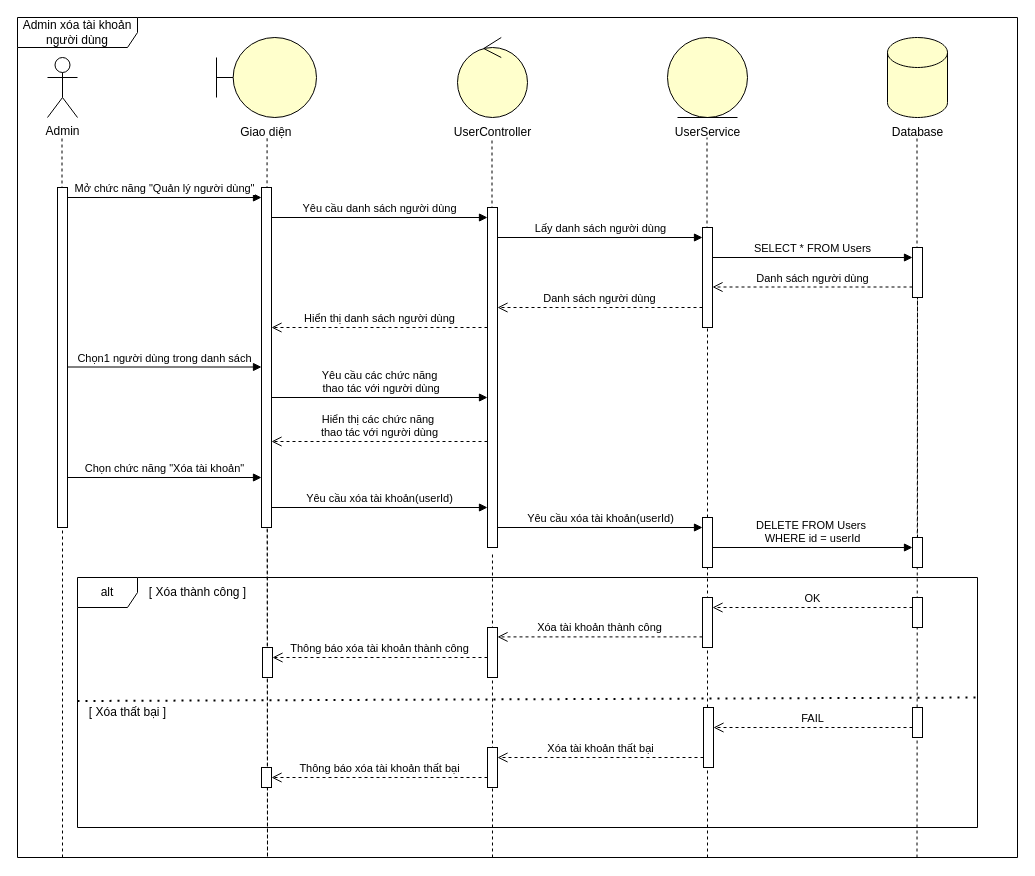
cuongceg/BTL-IT3120 keeps this draw.io diagram as Sequence diagram/User Management/admin_delete_account.drawio. Above is the earlier version. Source tidied: cells renumbered, new cells numbered last; positions are measured from the earlier drawing's top-left corner, leaving out a move shared by most shapes. Both pictures are drawn from the tidied source at 100%, with x=0, y=0 at pixel (17, 17).
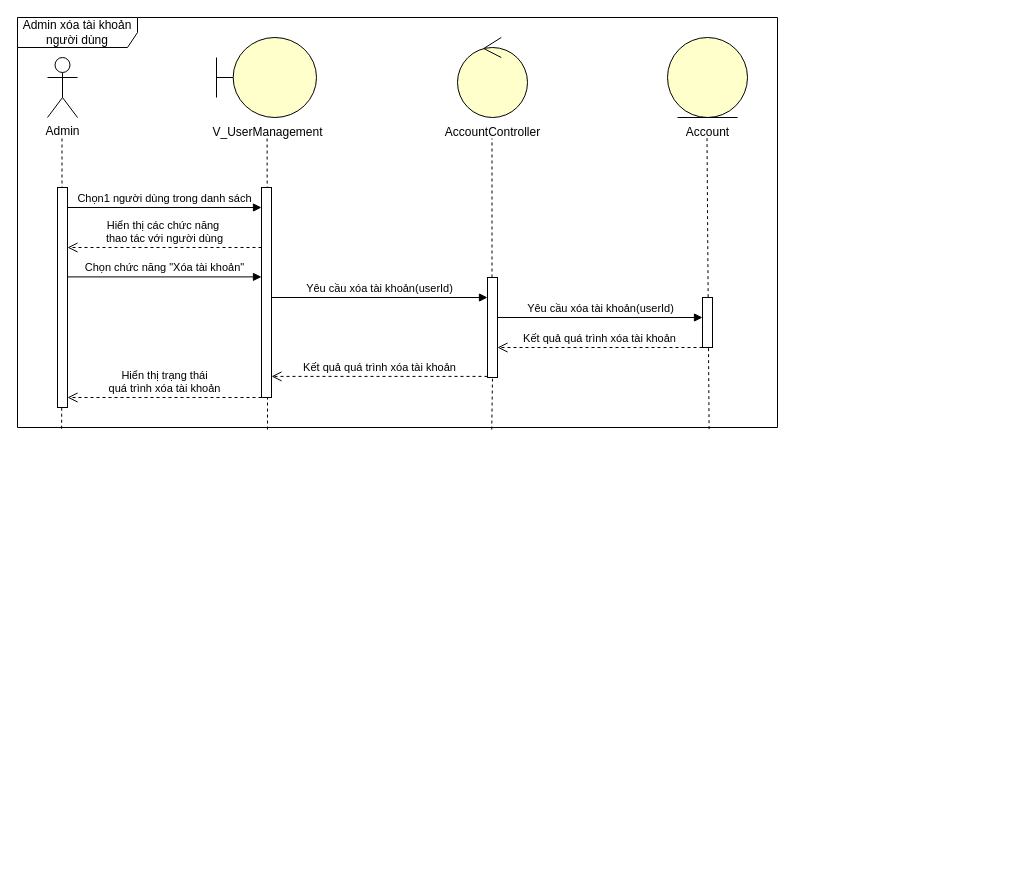
The same page after the edit.

Commit message:
Cập nhật admin_delete_account.drawio

The edit, as a diff of the source:
```diff
@@
-    <mxCell id="5" style="endArrow=none;dashed=1;html=1;rounded=0;" parent="1" edge="1">
+    <mxCell id="5" style="endArrow=none;dashed=1;html=1;rounded=0;exitX=0.329;exitY=1.005;exitDx=0;exitDy=0;exitPerimeter=0;" parent="1" edge="1" source="62">
       <mxGeometry relative="1" as="geometry">
-        <mxPoint x="249.5" y="189.8" as="sourcePoint" />
         <mxPoint x="249.6" y="120" as="targetPoint" />
       </mxGeometry>
     </mxCell>
@@
-    <mxCell id="7" style="endArrow=none;dashed=1;html=1;rounded=0;entryX=0.497;entryY=1.013;entryDx=0;entryDy=0;entryPerimeter=0;" parent="1" edge="1">
+    <mxCell id="7" style="endArrow=none;dashed=1;html=1;rounded=0;entryX=0.497;entryY=1.013;entryDx=0;entryDy=0;entryPerimeter=0;" parent="1" edge="1" source="18">
       <mxGeometry relative="1" as="geometry">
-        <mxPoint x="474.5" y="210" as="sourcePoint" />
         <mxPoint x="474.5" y="121" as="targetPoint" />
       </mxGeometry>
     </mxCell>
@@
-    <mxCell id="9" style="shape=cylinder3;whiteSpace=wrap;html=1;boundedLbl=1;backgroundOutline=1;size=15;fillColor=light-dark(#FFFFCC,#FFFFCC);" parent="1" vertex="1">
-      <mxGeometry x="870" y="20" width="60" height="80" as="geometry" />
-    </mxCell>
-    <mxCell id="10" style="endArrow=none;dashed=1;html=1;rounded=0;entryX=0.5;entryY=1;entryDx=0;entryDy=0;" parent="1" edge="1">
+    <mxCell id="10" style="endArrow=none;dashed=1;html=1;rounded=0;entryX=0.5;entryY=1;entryDx=0;entryDy=0;exitX=0.91;exitY=1.004;exitDx=0;exitDy=0;exitPerimeter=0;" parent="1" edge="1" source="62">
       <mxGeometry relative="1" as="geometry">
-        <mxPoint x="689.5" y="230" as="sourcePoint" />
         <mxPoint x="689.5" y="120" as="targetPoint" />
       </mxGeometry>
     </mxCell>
-    <mxCell id="11" style="endArrow=none;dashed=1;html=1;rounded=0;entryX=0.5;entryY=1;entryDx=0;entryDy=0;entryPerimeter=0;" parent="1" edge="1">
-      <mxGeometry relative="1" as="geometry">
-        <mxPoint x="899.5" y="250" as="sourcePoint" />
-        <mxPoint x="899.5" y="120" as="targetPoint" />
-      </mxGeometry>
-    </mxCell>
-    <mxCell id="12" style="endArrow=none;dashed=1;html=1;rounded=0;entryX=0.5;entryY=0.5;entryDx=0;entryDy=0;entryPerimeter=0;" parent="1" edge="1" target="13">
-      <mxGeometry relative="1" as="geometry">
-        <mxPoint x="45" y="840" as="sourcePoint" />
-      </mxGeometry>
+    <mxCell id="12" style="endArrow=none;dashed=1;html=1;rounded=0;entryX=0.5;entryY=0.5;entryDx=0;entryDy=0;entryPerimeter=0;exitX=0.058;exitY=1.003;exitDx=0;exitDy=0;exitPerimeter=0;" parent="1" edge="1" source="62" target="13">
+      <mxGeometry relative="1" as="geometry" />
     </mxCell>
     <mxCell id="13" style="html=1;points=[[0,0,0,0,5],[0,1,0,0,-5],[1,0,0,0,5],[1,1,0,0,-5]];perimeter=orthogonalPerimeter;outlineConnect=0;targetShapes=umlLifeline;portConstraint=eastwest;newEdgeStyle={&quot;curved&quot;:0,&quot;rounded&quot;:0};" parent="1" vertex="1">
-      <mxGeometry x="40" y="170" width="10" height="340" as="geometry" />
+      <mxGeometry x="40" y="170" width="10" height="220" as="geometry" />
     </mxCell>
-    <mxCell id="14" style="endArrow=none;dashed=1;html=1;rounded=0;entryX=0.572;entryY=1.003;entryDx=0;entryDy=0;entryPerimeter=0;" parent="1" edge="1" target="15">
-      <mxGeometry relative="1" as="geometry">
-        <mxPoint x="249.7" y="350" as="sourcePoint" />
-        <Array as="points">
-          <mxPoint x="250" y="840" />
-        </Array>
-      </mxGeometry>
-    </mxCell>
     <mxCell id="15" style="html=1;points=[[0,0,0,0,5],[0,1,0,0,-5],[1,0,0,0,5],[1,1,0,0,-5]];perimeter=orthogonalPerimeter;outlineConnect=0;targetShapes=umlLifeline;portConstraint=eastwest;newEdgeStyle={&quot;curved&quot;:0,&quot;rounded&quot;:0};" parent="1" vertex="1">
-      <mxGeometry x="244" y="170" width="10" height="340" as="geometry" />
+      <mxGeometry x="244" y="170" width="10" height="210" as="geometry" />
     </mxCell>
-    <mxCell id="16" value="Mở chức năng &quot;Quản lý người dùng&quot;" style="html=1;verticalAlign=bottom;endArrow=block;curved=0;rounded=0;" parent="1" edge="1" target="15">
-      <mxGeometry relative="1" as="geometry">
-        <mxPoint x="50" y="180" as="sourcePoint" />
-      </mxGeometry>
-    </mxCell>
-    <mxCell id="17" style="endArrow=none;dashed=1;html=1;rounded=0;entryX=0.497;entryY=1.013;entryDx=0;entryDy=0;entryPerimeter=0;" parent="1" edge="1" target="18">
-      <mxGeometry relative="1" as="geometry">
-        <mxPoint x="475" y="840" as="sourcePoint" />
-      </mxGeometry>
+    <mxCell id="17" style="endArrow=none;dashed=1;html=1;rounded=0;entryX=0.497;entryY=1.013;entryDx=0;entryDy=0;entryPerimeter=0;exitX=0.624;exitY=1.005;exitDx=0;exitDy=0;exitPerimeter=0;" parent="1" edge="1" source="62" target="18">
+      <mxGeometry relative="1" as="geometry" />
     </mxCell>
     <mxCell id="18" style="html=1;points=[[0,0,0,0,5],[0,1,0,0,-5],[1,0,0,0,5],[1,1,0,0,-5]];perimeter=orthogonalPerimeter;outlineConnect=0;targetShapes=umlLifeline;portConstraint=eastwest;newEdgeStyle={&quot;curved&quot;:0,&quot;rounded&quot;:0};" parent="1" vertex="1">
-      <mxGeometry x="470" y="190" width="10" height="340" as="geometry" />
+      <mxGeometry x="470" y="260" width="10" height="100" as="geometry" />
     </mxCell>
-    <mxCell id="19" value="Yêu cầu danh sách người dùng" style="html=1;verticalAlign=bottom;endArrow=block;curved=0;rounded=0;" parent="1" edge="1" target="18">
-      <mxGeometry relative="1" as="geometry">
-        <mxPoint x="254" y="200" as="sourcePoint" />
-      </mxGeometry>
-    </mxCell>
-    <mxCell id="20" style="endArrow=none;dashed=1;html=1;rounded=0;entryX=0.5;entryY=1;entryDx=0;entryDy=0;" parent="1" edge="1" source="36" target="21">
-      <mxGeometry relative="1" as="geometry" />
-    </mxCell>
-    <mxCell id="21" style="html=1;points=[[0,0,0,0,5],[0,1,0,0,-5],[1,0,0,0,5],[1,1,0,0,-5]];perimeter=orthogonalPerimeter;outlineConnect=0;targetShapes=umlLifeline;portConstraint=eastwest;newEdgeStyle={&quot;curved&quot;:0,&quot;rounded&quot;:0};" parent="1" vertex="1">
-      <mxGeometry x="685" y="210" width="10" height="100" as="geometry" />
-    </mxCell>
-    <mxCell id="22" value="Lấy danh sách người dùng" style="html=1;verticalAlign=bottom;endArrow=block;curved=0;rounded=0;" parent="1" edge="1" target="21">
-      <mxGeometry relative="1" as="geometry">
-        <mxPoint x="480" y="220" as="sourcePoint" />
-      </mxGeometry>
-    </mxCell>
-    <mxCell id="23" style="endArrow=none;dashed=1;html=1;rounded=0;entryX=0.5;entryY=1;entryDx=0;entryDy=0;entryPerimeter=0;" parent="1" edge="1" source="38" target="24">
-      <mxGeometry relative="1" as="geometry" />
-    </mxCell>
-    <mxCell id="24" style="html=1;points=[[0,0,0,0,5],[0,1,0,0,-5],[1,0,0,0,5],[1,1,0,0,-5]];perimeter=orthogonalPerimeter;outlineConnect=0;targetShapes=umlLifeline;portConstraint=eastwest;newEdgeStyle={&quot;curved&quot;:0,&quot;rounded&quot;:0};" parent="1" vertex="1">
-      <mxGeometry x="895" y="230" width="10" height="50" as="geometry" />
-    </mxCell>
-    <mxCell id="25" value="SELECT * FROM Users" style="html=1;verticalAlign=bottom;endArrow=block;curved=0;rounded=0;" parent="1" edge="1" target="24">
-      <mxGeometry relative="1" as="geometry">
-        <mxPoint x="695" y="240" as="sourcePoint" />
-      </mxGeometry>
-    </mxCell>
-    <mxCell id="26" value="Danh sách người dùng" style="html=1;verticalAlign=bottom;endArrow=open;dashed=1;endSize=8;curved=0;rounded=0;" parent="1" edge="1" target="21">
-      <mxGeometry relative="1" as="geometry">
-        <mxPoint x="895" y="269.5" as="sourcePoint" />
-      </mxGeometry>
-    </mxCell>
-    <mxCell id="27" value="Danh sách người dùng" style="html=1;verticalAlign=bottom;endArrow=open;dashed=1;endSize=8;curved=0;rounded=0;" parent="1" edge="1" target="18">
-      <mxGeometry relative="1" as="geometry">
-        <mxPoint x="685" y="290" as="sourcePoint" />
-      </mxGeometry>
-    </mxCell>
-    <mxCell id="28" value="Hiển thị danh sách người dùng" style="html=1;verticalAlign=bottom;endArrow=open;dashed=1;endSize=8;curved=0;rounded=0;" parent="1" edge="1" target="15">
-      <mxGeometry relative="1" as="geometry">
-        <mxPoint x="470" y="310" as="sourcePoint" />
-      </mxGeometry>
-    </mxCell>
     <mxCell id="29" value="Chọn1 người dùng trong danh sách" style="html=1;verticalAlign=bottom;endArrow=block;curved=0;rounded=0;" parent="1" edge="1">
       <mxGeometry relative="1" as="geometry">
-        <mxPoint x="50" y="349.5" as="sourcePoint" />
-        <mxPoint x="244" y="349.5" as="targetPoint" />
+        <mxPoint x="50" y="190" as="sourcePoint" />
+        <mxPoint x="244" y="190" as="targetPoint" />
       </mxGeometry>
     </mxCell>
-    <mxCell id="30" value="Yêu cầu các chức năng&lt;div&gt;&amp;nbsp;thao tác với người dùng&lt;/div&gt;" style="html=1;verticalAlign=bottom;endArrow=block;curved=0;rounded=0;" parent="1" edge="1" target="18">
-      <mxGeometry relative="1" as="geometry">
-        <mxPoint x="254" y="380" as="sourcePoint" />
-      </mxGeometry>
-    </mxCell>
     <mxCell id="31" value="Hiển thị các chức năng&amp;nbsp;&lt;div&gt;thao tác với người dùng&lt;/div&gt;" style="html=1;verticalAlign=bottom;endArrow=open;dashed=1;endSize=8;curved=0;rounded=0;" parent="1" edge="1">
       <mxGeometry relative="1" as="geometry">
-        <mxPoint x="470" y="424" as="sourcePoint" />
-        <mxPoint x="254" y="424" as="targetPoint" />
+        <mxPoint x="244" y="230" as="sourcePoint" />
+        <mxPoint x="50" y="230" as="targetPoint" />
       </mxGeometry>
     </mxCell>
-    <mxCell id="32" value="Chọn chức năng &quot;Xóa tài khoản&quot;" style="html=1;verticalAlign=bottom;endArrow=block;curved=0;rounded=0;" parent="1" edge="1" target="15">
+    <mxCell id="32" value="Chọn chức năng &quot;Xóa tài khoản&quot;" style="html=1;verticalAlign=bottom;endArrow=block;curved=0;rounded=0;" parent="1" edge="1">
       <mxGeometry relative="1" as="geometry">
-        <mxPoint x="50" y="460" as="sourcePoint" />
+        <mxPoint x="50" y="259.4" as="sourcePoint" />
+        <mxPoint x="244" y="259.4" as="targetPoint" />
       </mxGeometry>
     </mxCell>
-    <mxCell id="33" value="Yêu cầu xóa tài khoản(userId)" style="html=1;verticalAlign=bottom;endArrow=block;curved=0;rounded=0;" parent="1" edge="1" target="18">
+    <mxCell id="33" value="Yêu cầu xóa tài khoản(userId)" style="html=1;verticalAlign=bottom;endArrow=block;curved=0;rounded=0;" parent="1" edge="1">
       <mxGeometry relative="1" as="geometry">
-        <mxPoint x="254" y="490" as="sourcePoint" />
+        <mxPoint x="254" y="280" as="sourcePoint" />
+        <mxPoint x="470" y="280" as="targetPoint" />
       </mxGeometry>
     </mxCell>
-    <mxCell id="34" value="Yêu cầu xóa tài khoản(userId)" style="html=1;verticalAlign=bottom;endArrow=block;curved=0;rounded=0;" parent="1" edge="1" target="36">
+    <mxCell id="34" value="Yêu cầu xóa tài khoản(userId)" style="html=1;verticalAlign=bottom;endArrow=block;curved=0;rounded=0;" parent="1" edge="1">
       <mxGeometry relative="1" as="geometry">
-        <mxPoint x="480" y="510" as="sourcePoint" />
+        <mxPoint x="480" y="300" as="sourcePoint" />
+        <mxPoint x="685" y="300" as="targetPoint" />
       </mxGeometry>
     </mxCell>
-    <mxCell id="35" style="endArrow=none;dashed=1;html=1;rounded=0;entryX=0.5;entryY=1;entryDx=0;entryDy=0;" parent="1" edge="1" target="36">
-      <mxGeometry relative="1" as="geometry">
-        <mxPoint x="690" y="840" as="sourcePoint" />
-      </mxGeometry>
-    </mxCell>
-    <mxCell id="36" style="html=1;points=[[0,0,0,0,5],[0,1,0,0,-5],[1,0,0,0,5],[1,1,0,0,-5]];perimeter=orthogonalPerimeter;outlineConnect=0;targetShapes=umlLifeline;portConstraint=eastwest;newEdgeStyle={&quot;curved&quot;:0,&quot;rounded&quot;:0};" parent="1" vertex="1">
-      <mxGeometry x="685" y="500" width="10" height="50" as="geometry" />
-    </mxCell>
-    <mxCell id="37" style="endArrow=none;dashed=1;html=1;rounded=0;" parent="1" edge="1">
-      <mxGeometry relative="1" as="geometry">
-        <mxPoint x="899.5" y="840" as="sourcePoint" />
-        <mxPoint x="900" y="280" as="targetPoint" />
-      </mxGeometry>
-    </mxCell>
-    <mxCell id="38" style="html=1;points=[[0,0,0,0,5],[0,1,0,0,-5],[1,0,0,0,5],[1,1,0,0,-5]];perimeter=orthogonalPerimeter;outlineConnect=0;targetShapes=umlLifeline;portConstraint=eastwest;newEdgeStyle={&quot;curved&quot;:0,&quot;rounded&quot;:0};" parent="1" vertex="1">
-      <mxGeometry x="895" y="520" width="10" height="30" as="geometry" />
-    </mxCell>
-    <mxCell id="39" value="DELETE FROM Users&amp;nbsp;&lt;br&gt;WHERE id = userId" style="html=1;verticalAlign=bottom;endArrow=block;curved=0;rounded=0;" parent="1" edge="1" target="38">
-      <mxGeometry relative="1" as="geometry">
-        <mxPoint x="695" y="530" as="sourcePoint" />
-      </mxGeometry>
-    </mxCell>
-    <mxCell id="40" value="alt" style="shape=umlFrame;whiteSpace=wrap;html=1;" parent="1" vertex="1">
-      <mxGeometry x="60" y="560" width="900" height="250" as="geometry" />
-    </mxCell>
-    <mxCell id="41" value="[ Xóa thành công ]" style="text;html=1;align=center;verticalAlign=middle;strokeColor=none;fillColor=none;" parent="1" vertex="1">
-      <mxGeometry x="120" y="560" width="120" height="30" as="geometry" />
-    </mxCell>
-    <mxCell id="42" value="OK" style="html=1;verticalAlign=bottom;endArrow=open;dashed=1;endSize=8;curved=0;rounded=0;" parent="1" edge="1" target="44">
-      <mxGeometry relative="1" as="geometry">
-        <mxPoint x="895" y="590" as="sourcePoint" />
-      </mxGeometry>
-    </mxCell>
-    <mxCell id="43" style="html=1;perimeter=orthogonalPerimeter;targetShapes=umlLifeline;newEdgeStyle={&quot;curved&quot;:0,&quot;rounded&quot;:0};" parent="1" vertex="1">
-      <mxGeometry x="895" y="580" width="10" height="30" as="geometry" />
-    </mxCell>
-    <mxCell id="44" style="html=1;points=[[0,0,0,0,5],[0,1,0,0,-5],[1,0,0,0,5],[1,1,0,0,-5]];perimeter=orthogonalPerimeter;outlineConnect=0;targetShapes=umlLifeline;portConstraint=eastwest;newEdgeStyle={&quot;curved&quot;:0,&quot;rounded&quot;:0};" parent="1" vertex="1">
-      <mxGeometry x="685" y="580" width="10" height="50" as="geometry" />
-    </mxCell>
-    <mxCell id="45" style="html=1;points=[[0,0,0,0,5],[0,1,0,0,-5],[1,0,0,0,5],[1,1,0,0,-5]];perimeter=orthogonalPerimeter;outlineConnect=0;targetShapes=umlLifeline;portConstraint=eastwest;newEdgeStyle={&quot;curved&quot;:0,&quot;rounded&quot;:0};" parent="1" vertex="1">
-      <mxGeometry x="470" y="610" width="10" height="50" as="geometry" />
-    </mxCell>
-    <mxCell id="46" style="html=1;points=[[0,0,0,0,5],[0,1,0,0,-5],[1,0,0,0,5],[1,1,0,0,-5]];perimeter=orthogonalPerimeter;outlineConnect=0;targetShapes=umlLifeline;portConstraint=eastwest;newEdgeStyle={&quot;curved&quot;:0,&quot;rounded&quot;:0};" parent="1" vertex="1">
-      <mxGeometry x="245" y="630" width="10" height="30" as="geometry" />
-    </mxCell>
-    <mxCell id="47" value="Xóa tài khoản thành công" style="html=1;verticalAlign=bottom;endArrow=open;dashed=1;endSize=8;curved=0;rounded=0;" parent="1" edge="1" target="45">
-      <mxGeometry relative="1" as="geometry">
-        <mxPoint x="685" y="619.4" as="sourcePoint" />
-      </mxGeometry>
-    </mxCell>
-    <mxCell id="48" value="Thông báo xóa tài khoản thành công" style="html=1;verticalAlign=bottom;endArrow=open;dashed=1;endSize=8;curved=0;rounded=0;" parent="1" edge="1" target="46">
-      <mxGeometry relative="1" as="geometry">
-        <mxPoint x="470" y="640" as="sourcePoint" />
-      </mxGeometry>
-    </mxCell>
-    <mxCell id="49" style="endArrow=none;dashed=1;html=1;dashPattern=1 3;strokeWidth=2;rounded=0;exitX=0.001;exitY=0.604;exitDx=0;exitDy=0;exitPerimeter=0;entryX=1.002;entryY=0.59;entryDx=0;entryDy=0;entryPerimeter=0;" parent="1" edge="1">
-      <mxGeometry relative="1" as="geometry">
-        <mxPoint x="60" y="683.5" as="sourcePoint" />
-        <mxPoint x="960.9" y="680" as="targetPoint" />
-      </mxGeometry>
-    </mxCell>
-    <mxCell id="50" value="[ Xóa thất bại ]" style="text;html=1;align=center;verticalAlign=middle;strokeColor=none;fillColor=none;" parent="1" vertex="1">
-      <mxGeometry x="60" y="680" width="100" height="30" as="geometry" />
-    </mxCell>
-    <mxCell id="51" style="html=1;perimeter=orthogonalPerimeter;targetShapes=umlLifeline;newEdgeStyle={&quot;curved&quot;:0,&quot;rounded&quot;:0};" parent="1" vertex="1">
-      <mxGeometry x="895" y="690" width="10" height="30" as="geometry" />
-    </mxCell>
-    <mxCell id="52" style="html=1;perimeter=orthogonalPerimeter;targetShapes=umlLifeline;newEdgeStyle={&quot;curved&quot;:0,&quot;rounded&quot;:0};" parent="1" vertex="1">
-      <mxGeometry x="686" y="690" width="10" height="60" as="geometry" />
-    </mxCell>
-    <mxCell id="53" style="html=1;points=[[0,0,0,0,5],[0,1,0,0,-5],[1,0,0,0,5],[1,1,0,0,-5]];perimeter=orthogonalPerimeter;outlineConnect=0;targetShapes=umlLifeline;portConstraint=eastwest;newEdgeStyle={&quot;curved&quot;:0,&quot;rounded&quot;:0};" parent="1" vertex="1">
-      <mxGeometry x="470" y="730" width="10" height="40" as="geometry" />
-    </mxCell>
-    <mxCell id="54" style="html=1;points=[[0,0,0,0,5],[0,1,0,0,-5],[1,0,0,0,5],[1,1,0,0,-5]];perimeter=orthogonalPerimeter;outlineConnect=0;targetShapes=umlLifeline;portConstraint=eastwest;newEdgeStyle={&quot;curved&quot;:0,&quot;rounded&quot;:0};" parent="1" vertex="1">
-      <mxGeometry x="244" y="750" width="10" height="20" as="geometry" />
-    </mxCell>
-    <mxCell id="55" value="FAIL" style="html=1;verticalAlign=bottom;endArrow=open;dashed=1;endSize=8;curved=0;rounded=0;" parent="1" edge="1">
-      <mxGeometry relative="1" as="geometry">
-        <mxPoint x="895" y="710" as="sourcePoint" />
-        <mxPoint x="696" y="710" as="targetPoint" />
-      </mxGeometry>
-    </mxCell>
-    <mxCell id="56" value="Xóa tài khoản thất bại" style="html=1;verticalAlign=bottom;endArrow=open;dashed=1;endSize=8;curved=0;rounded=0;" parent="1" edge="1" target="53">
-      <mxGeometry relative="1" as="geometry">
-        <mxPoint x="686" y="740" as="sourcePoint" />
-      </mxGeometry>
-    </mxCell>
-    <mxCell id="57" value="Thông báo xóa tài khoản thất bại" style="html=1;verticalAlign=bottom;endArrow=open;dashed=1;endSize=8;curved=0;rounded=0;" parent="1" edge="1" target="54">
-      <mxGeometry relative="1" as="geometry">
-        <mxPoint x="470" y="760" as="sourcePoint" />
-      </mxGeometry>
-    </mxCell>
-    <mxCell id="58" value="Giao diện " style="text;html=1;align=center;verticalAlign=middle;strokeColor=none;fillColor=none;" parent="1" vertex="1">
-      <mxGeometry x="210" y="100" width="80" height="30" as="geometry" />
+    <mxCell id="58" value="V_UserManagement" style="text;html=1;align=center;verticalAlign=middle;strokeColor=none;fillColor=none;" parent="1" vertex="1">
+      <mxGeometry x="185" y="100" width="130" height="30" as="geometry" />
     </mxCell>
-    <mxCell id="59" value="&lt;span style=&quot;text-wrap-mode: wrap;&quot;&gt;UserController&lt;/span&gt;" style="text;html=1;align=center;verticalAlign=middle;strokeColor=none;fillColor=none;" parent="1" vertex="1">
-      <mxGeometry x="425" y="100" width="100" height="30" as="geometry" />
+    <mxCell id="59" value="&lt;span style=&quot;text-wrap-mode: wrap;&quot;&gt;AccountController&lt;/span&gt;" style="text;html=1;align=center;verticalAlign=middle;strokeColor=none;fillColor=none;" parent="1" vertex="1">
+      <mxGeometry x="415" y="100" width="120" height="30" as="geometry" />
     </mxCell>
-    <mxCell id="60" value="&lt;span style=&quot;text-wrap-mode: wrap;&quot;&gt;UserService&lt;/span&gt;" style="text;html=1;align=center;verticalAlign=middle;strokeColor=none;fillColor=none;" parent="1" vertex="1">
-      <mxGeometry x="645" y="100" width="90" height="30" as="geometry" />
+    <mxCell id="60" value="&lt;span style=&quot;text-wrap-mode: wrap;&quot;&gt;Account&lt;/span&gt;" style="text;html=1;align=center;verticalAlign=middle;strokeColor=none;fillColor=none;" parent="1" vertex="1">
+      <mxGeometry x="655" y="100" width="70" height="30" as="geometry" />
     </mxCell>
-    <mxCell id="61" value="&lt;span style=&quot;text-wrap-mode: wrap;&quot;&gt;Database&lt;/span&gt;" style="text;html=1;align=center;verticalAlign=middle;strokeColor=none;fillColor=none;" parent="1" vertex="1">
-      <mxGeometry x="865" y="100" width="70" height="30" as="geometry" />
-    </mxCell>
     <mxCell id="62" value="Admin xóa tài khoản người dùng" style="shape=umlFrame;whiteSpace=wrap;html=1;width=120;height=30;" parent="1" vertex="1">
-      <mxGeometry width="1000" height="840" as="geometry" />
+      <mxGeometry width="760" height="410" as="geometry" />
     </mxCell>
+    <mxCell id="63" style="html=1;perimeter=orthogonalPerimeter;targetShapes=umlLifeline;newEdgeStyle={&quot;curved&quot;:0,&quot;rounded&quot;:0};" parent="1" vertex="1">
+      <mxGeometry x="685" y="280" width="10" height="50" as="geometry" />
+    </mxCell>
+    <mxCell id="64" value="Kết quả quá trình xóa tài khoản" style="html=1;verticalAlign=bottom;endArrow=open;dashed=1;endSize=8;curved=0;rounded=0;" parent="1" edge="1" target="18">
+      <mxGeometry relative="1" as="geometry">
+        <mxPoint x="685" y="330" as="sourcePoint" />
+      </mxGeometry>
+    </mxCell>
+    <mxCell id="65" value="Kết quả quá trình xóa tài khoản" style="html=1;verticalAlign=bottom;endArrow=open;dashed=1;endSize=8;curved=0;rounded=0;" parent="1" edge="1">
+      <mxGeometry relative="1" as="geometry">
+        <mxPoint x="470" y="358.9" as="sourcePoint" />
+        <mxPoint x="254" y="358.9" as="targetPoint" />
+      </mxGeometry>
+    </mxCell>
+    <mxCell id="66" value="Hiển thị trạng thái&lt;br&gt;quá trình xóa tài khoản" style="html=1;verticalAlign=bottom;endArrow=open;dashed=1;endSize=8;curved=0;rounded=0;" parent="1" edge="1" source="15">
+      <mxGeometry relative="1" as="geometry">
+        <mxPoint x="50" y="380" as="targetPoint" />
+      </mxGeometry>
+    </mxCell>
```
